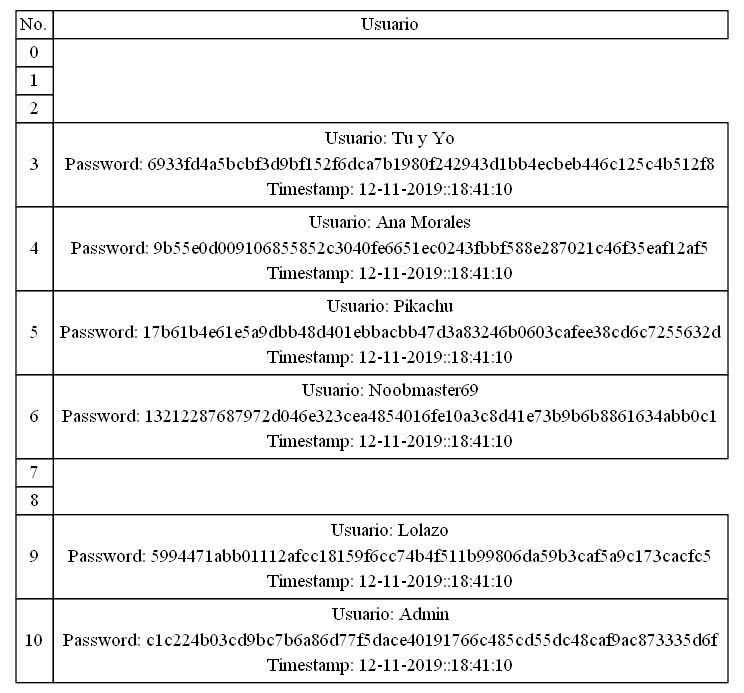
Before: Proyecto2_2/build/classes/Reportes/tablaHash.png, a diagram exported from Graphviz (Douglas-Martinez/EDD_2S2019_PY2_201603168). Its source is kept beside it as Proyecto2_2/build/classes/Reportes/tablaHash.dot.
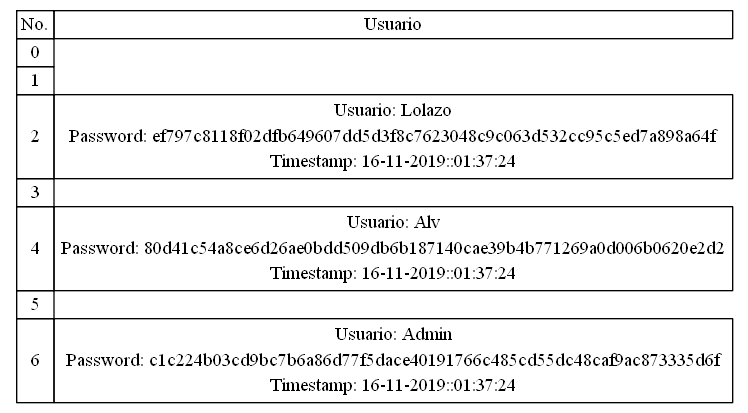
Later version of the same file.

The edit, as a diff of the source:
```diff
@@ -17,95 +17,44 @@
 				</tr>
 				<tr>
 					<td>2</td>
+					<td cellpadding='2'>
+						<table border='0' cellspacing='0'>
+							<tr>
+								<td>Usuario: Lolazo</td>
+							</tr>
+							<tr>
+								<td>Password: ef797c8118f02dfb649607dd5d3f8c7623048c9c063d532cc95c5ed7a898a64f</td>
+							</tr>
+							<tr>
+								<td>Timestamp: 16-11-2019::01:37:24</td>
+							</tr>
+						</table>
+					</td>
 				</tr>
 				<tr>
 					<td>3</td>
-					<td cellpadding='2'>
-						<table border='0' cellspacing='0'>
-							<tr>
-								<td>Usuario: Tu y Yo</td>
-							</tr>
-							<tr>
-								<td>Password: 6933fd4a5bcbf3d9bf152f6dca7b1980f242943d1bb4ecbeb446c125c4b512f8</td>
-							</tr>
-							<tr>
-								<td>Timestamp: 12-11-2019::18:41:10</td>
-							</tr>
-						</table>
-					</td>
 				</tr>
 				<tr>
 					<td>4</td>
 					<td cellpadding='2'>
 						<table border='0' cellspacing='0'>
 							<tr>
-								<td>Usuario: Ana Morales</td>
+								<td>Usuario: Alv</td>
 							</tr>
 							<tr>
-								<td>Password: 9b55e0d009106855852c3040fe6651ec0243fbbf588e287021c46f35eaf12af5</td>
+								<td>Password: 80d41c54a8ce6d26ae0bdd509db6b187140cae39b4b771269a0d006b0620e2d2</td>
 							</tr>
 							<tr>
-								<td>Timestamp: 12-11-2019::18:41:10</td>
+								<td>Timestamp: 16-11-2019::01:37:24</td>
 							</tr>
 						</table>
 					</td>
 				</tr>
 				<tr>
 					<td>5</td>
-					<td cellpadding='2'>
-						<table border='0' cellspacing='0'>
-							<tr>
-								<td>Usuario: Pikachu</td>
-							</tr>
-							<tr>
-								<td>Password: 17b61b4e61e5a9dbb48d401ebbacbb47d3a83246b0603cafee38cd6c7255632d</td>
-							</tr>
-							<tr>
-								<td>Timestamp: 12-11-2019::18:41:10</td>
-							</tr>
-						</table>
-					</td>
 				</tr>
 				<tr>
 					<td>6</td>
-					<td cellpadding='2'>
-						<table border='0' cellspacing='0'>
-							<tr>
-								<td>Usuario: Noobmaster69</td>
-							</tr>
-							<tr>
-								<td>Password: 13212287687972d046e323cea4854016fe10a3c8d41e73b9b6b8861634abb0c1</td>
-							</tr>
-							<tr>
-								<td>Timestamp: 12-11-2019::18:41:10</td>
-							</tr>
-						</table>
-					</td>
-				</tr>
-				<tr>
-					<td>7</td>
-				</tr>
-				<tr>
-					<td>8</td>
-				</tr>
-				<tr>
-					<td>9</td>
-					<td cellpadding='2'>
-						<table border='0' cellspacing='0'>
-							<tr>
-								<td>Usuario: Lolazo</td>
-							</tr>
-							<tr>
-								<td>Password: 5994471abb01112afcc18159f6cc74b4f511b99806da59b3caf5a9c173cacfc5</td>
-							</tr>
-							<tr>
-								<td>Timestamp: 12-11-2019::18:41:10</td>
-							</tr>
-						</table>
-					</td>
-				</tr>
-				<tr>
-					<td>10</td>
 					<td cellpadding='2'>
 						<table border='0' cellspacing='0'>
 							<tr>
@@ -115,7 +64,7 @@
 								<td>Password: c1c224b03cd9bc7b6a86d77f5dace40191766c485cd55dc48caf9ac873335d6f</td>
 							</tr>
 							<tr>
-								<td>Timestamp: 12-11-2019::18:41:10</td>
+								<td>Timestamp: 16-11-2019::01:37:24</td>
 							</tr>
 						</table>
 					</td>
```
